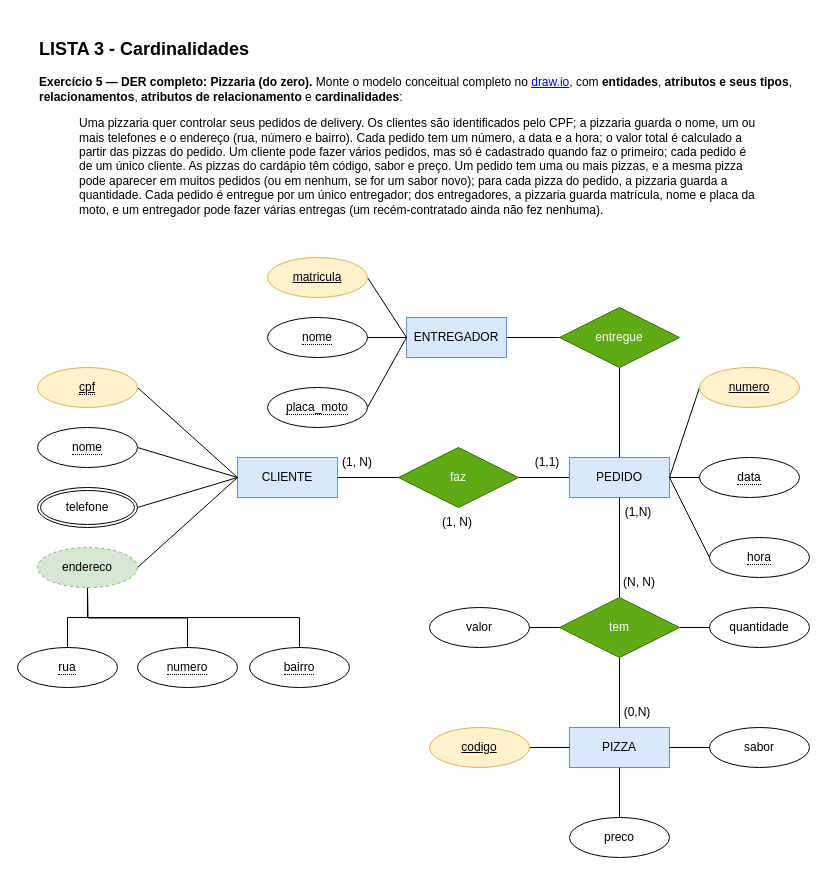
Earlier version of the draw.io diagram page "exercicio-5" (5 of 5) of ConceitosDeModelagem/Lista_exercicio_3.drawio (gominho-sbc/Fundamentos-Banco-de-dados). Source tidied: cells renumbered, new cells numbered last; positions are measured from the earlier drawing's top-left corner, leaving out a move shared by most shapes. Both pictures are drawn from the tidied source at 100%, with x=0, y=0 at pixel (17, 17).
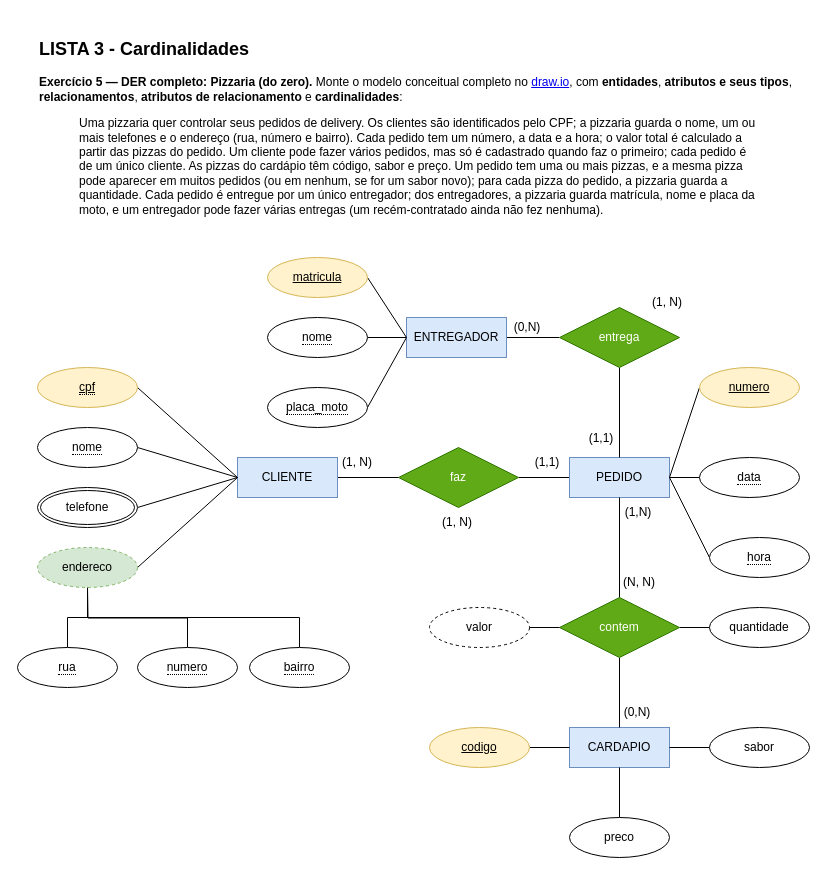
The same page after the edit.

Diff of the diagram source:
```diff
@@
-    <mxCell id="28" value="PIZZA" style="whiteSpace=wrap;html=1;align=center;fillColor=#dae8fc;strokeColor=#6c8ebf;" parent="1" vertex="1">
+    <mxCell id="28" value="CARDAPIO" style="whiteSpace=wrap;html=1;align=center;fillColor=#dae8fc;strokeColor=#6c8ebf;" parent="1" vertex="1">
       <mxGeometry x="552" y="710" width="100" height="40" as="geometry" />
     </mxCell>
@@
-    <mxCell id="32" value="tem" style="shape=rhombus;perimeter=rhombusPerimeter;whiteSpace=wrap;html=1;align=center;fillColor=#60a917;fontColor=#ffffff;strokeColor=#2D7600;" parent="1" vertex="1">
+    <mxCell id="32" value="contem" style="shape=rhombus;perimeter=rhombusPerimeter;whiteSpace=wrap;html=1;align=center;fillColor=#60a917;fontColor=#ffffff;strokeColor=#2D7600;" parent="1" vertex="1">
       <mxGeometry x="542" y="580" width="120" height="60" as="geometry" />
     </mxCell>
@@
-    <mxCell id="37" style="rounded=0;jettySize=auto;html=1;exitX=1;exitY=0.5;exitDx=0;exitDy=0;endArrow=none;endFill=0;entryX=0;entryY=0.5;entryDx=0;entryDy=0;" parent="1" edge="1" source="38" target="32">
-      <mxGeometry relative="1" as="geometry" />
-    </mxCell>
-    <mxCell id="38" value="valor" style="ellipse;whiteSpace=wrap;html=1;align=center;" parent="1" vertex="1">
-      <mxGeometry x="412" y="590" width="100" height="40" as="geometry" />
-    </mxCell>
@@
-    <mxCell id="45" value="entregue" style="shape=rhombus;perimeter=rhombusPerimeter;whiteSpace=wrap;html=1;align=center;fillColor=#60a917;fontColor=#ffffff;strokeColor=#2D7600;" parent="1" vertex="1">
+    <mxCell id="45" value="entrega" style="shape=rhombus;perimeter=rhombusPerimeter;whiteSpace=wrap;html=1;align=center;fillColor=#60a917;fontColor=#ffffff;strokeColor=#2D7600;" parent="1" vertex="1">
       <mxGeometry x="542" y="290" width="120" height="60" as="geometry" />
     </mxCell>
@@
+    <mxCell id="37" style="rounded=0;jettySize=auto;html=1;exitX=1;exitY=0.5;exitDx=0;exitDy=0;endArrow=none;endFill=0;entryX=0;entryY=0.5;entryDx=0;entryDy=0;" parent="1" edge="1" source="38" target="32">
+      <mxGeometry relative="1" as="geometry" />
+    </mxCell>
+    <mxCell id="38" value="valor" style="ellipse;whiteSpace=wrap;html=1;align=center;dashed=1;" parent="1" vertex="1">
+      <mxGeometry x="412" y="590" width="100" height="40" as="geometry" />
+    </mxCell>
+    <mxCell id="58" value="(0,N)" style="text;html=1;whiteSpace=wrap;strokeColor=none;fillColor=none;align=center;verticalAlign=middle;rounded=0;" parent="1" vertex="1">
+      <mxGeometry x="480" y="295" width="60" height="30" as="geometry" />
+    </mxCell>
+    <mxCell id="59" value="(1,1)" style="text;html=1;whiteSpace=wrap;strokeColor=none;fillColor=none;align=center;verticalAlign=middle;rounded=0;" parent="1" vertex="1">
+      <mxGeometry x="554" y="406" width="60" height="30" as="geometry" />
+    </mxCell>
+    <mxCell id="60" value="(1, N)" style="text;html=1;whiteSpace=wrap;strokeColor=none;fillColor=none;align=center;verticalAlign=middle;rounded=0;" parent="1" vertex="1">
+      <mxGeometry x="620" y="270" width="60" height="30" as="geometry" />
+    </mxCell>
```
